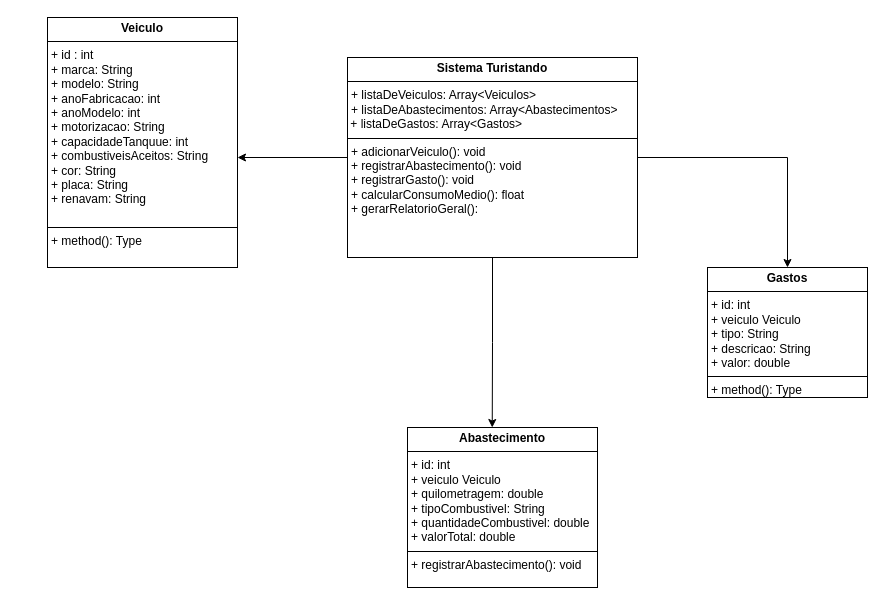
The draw.io diagram MateusTrabalhoJava/Diagrama/DiagramaTrabalho.drawio in MasuetASF/MateusTrabalhoJava, before the edit. Source tidied: cells renumbered, new cells numbered last; positions are measured from the earlier drawing's top-left corner, leaving out a move shared by most shapes. Both pictures are drawn from the tidied source at 100%, with x=0, y=0 at pixel (47, 17).
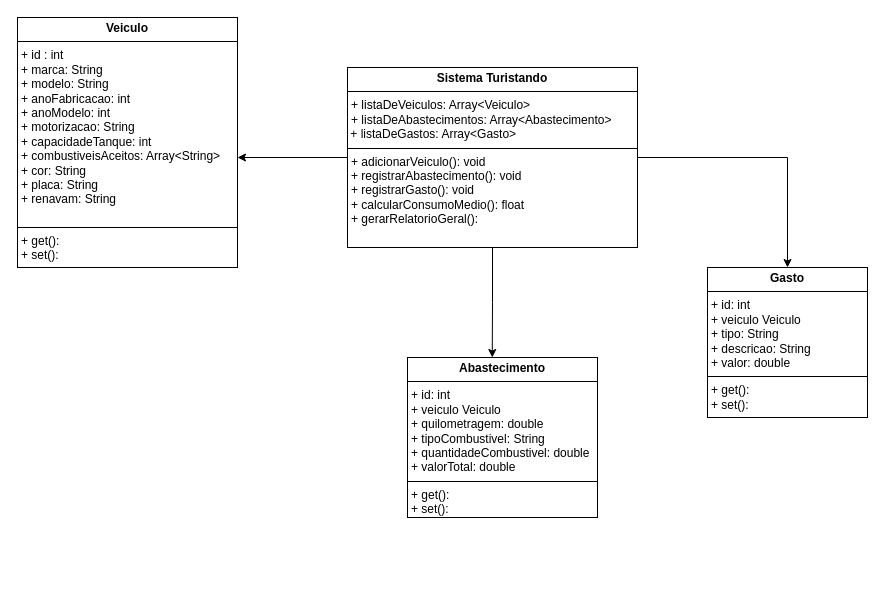
After the change.

Commit message (it also covers changes not shown here):
Correcão de nomes dos atributos

Diff of the diagram source:
```diff
@@
 <mxGraphModel>
   <root>
     <mxCell id="0" />
     <mxCell id="1" parent="0" />
     <mxCell id="2" style="edgeStyle=orthogonalEdgeStyle;rounded=0;jettySize=auto;html=1;exitX=1;exitY=0.5;exitDx=0;exitDy=0;entryX=0.5;entryY=0;entryDx=0;entryDy=0;" parent="1" edge="1" source="7" target="3">
       <mxGeometry relative="1" as="geometry">
         <Array as="points">
           <mxPoint x="740" y="140" />
         </Array>
       </mxGeometry>
     </mxCell>
-    <mxCell id="3" value="&lt;p style=&quot;margin:0px;margin-top:4px;text-align:center;&quot;&gt;&lt;b&gt;Gastos&lt;/b&gt;&lt;/p&gt;&lt;hr size=&quot;1&quot; style=&quot;border-style:solid;&quot;&gt;&lt;p style=&quot;margin:0px;margin-left:4px;&quot;&gt;+ id: int&lt;/p&gt;&lt;p style=&quot;margin:0px;margin-left:4px;&quot;&gt;+ veiculo Veiculo&lt;/p&gt;&lt;p style=&quot;margin:0px;margin-left:4px;&quot;&gt;+ tipo: String&lt;/p&gt;&lt;p style=&quot;margin:0px;margin-left:4px;&quot;&gt;+ descricao: String&lt;/p&gt;&lt;p style=&quot;margin:0px;margin-left:4px;&quot;&gt;+ valor: double&lt;/p&gt;&lt;hr size=&quot;1&quot; style=&quot;border-style:solid;&quot;&gt;&lt;p style=&quot;margin:0px;margin-left:4px;&quot;&gt;+ method(): Type&lt;/p&gt;" style="verticalAlign=top;align=left;overflow=fill;html=1;whiteSpace=wrap;" parent="1" vertex="1">
-      <mxGeometry x="660" y="250" width="160" height="130" as="geometry" />
+    <mxCell id="3" value="&lt;p style=&quot;margin:0px;margin-top:4px;text-align:center;&quot;&gt;&lt;b&gt;Gasto&lt;/b&gt;&lt;/p&gt;&lt;hr size=&quot;1&quot; style=&quot;border-style:solid;&quot;&gt;&lt;p style=&quot;margin:0px;margin-left:4px;&quot;&gt;+ id: int&lt;/p&gt;&lt;p style=&quot;margin:0px;margin-left:4px;&quot;&gt;+ veiculo Veiculo&lt;/p&gt;&lt;p style=&quot;margin:0px;margin-left:4px;&quot;&gt;+ tipo: String&lt;/p&gt;&lt;p style=&quot;margin:0px;margin-left:4px;&quot;&gt;+ descricao: String&lt;/p&gt;&lt;p style=&quot;margin:0px;margin-left:4px;&quot;&gt;+ valor: double&lt;/p&gt;&lt;hr size=&quot;1&quot; style=&quot;border-style:solid;&quot;&gt;&lt;p style=&quot;margin:0px;margin-left:4px;&quot;&gt;+ get():&lt;/p&gt;&lt;p style=&quot;margin:0px;margin-left:4px;&quot;&gt;+ set():&lt;/p&gt;" style="verticalAlign=top;align=left;overflow=fill;html=1;whiteSpace=wrap;" parent="1" vertex="1">
+      <mxGeometry x="660" y="250" width="160" height="150" as="geometry" />
     </mxCell>
-    <mxCell id="4" value="&lt;p style=&quot;margin:0px;margin-top:4px;text-align:center;&quot;&gt;&lt;b&gt;Veiculo&lt;/b&gt;&lt;/p&gt;&lt;hr size=&quot;1&quot; style=&quot;border-style:solid;&quot;&gt;&lt;p style=&quot;margin:0px;margin-left:4px;&quot;&gt;+ id : int&lt;/p&gt;&lt;p style=&quot;margin:0px;margin-left:4px;&quot;&gt;+ marca: String&lt;/p&gt;&lt;p style=&quot;margin:0px;margin-left:4px;&quot;&gt;+ modelo: String&lt;/p&gt;&lt;p style=&quot;margin:0px;margin-left:4px;&quot;&gt;+ anoFabricacao: int&lt;/p&gt;&lt;p style=&quot;margin:0px;margin-left:4px;&quot;&gt;+ anoModelo: int&lt;/p&gt;&lt;p style=&quot;margin:0px;margin-left:4px;&quot;&gt;+ motorizacao: String&lt;/p&gt;&lt;p style=&quot;margin:0px;margin-left:4px;&quot;&gt;+ capacidadeTanquue: int&lt;/p&gt;&lt;p style=&quot;margin:0px;margin-left:4px;&quot;&gt;+ combustiveisAceitos: String&lt;/p&gt;&lt;p style=&quot;margin:0px;margin-left:4px;&quot;&gt;+ cor: String&lt;/p&gt;&lt;p style=&quot;margin:0px;margin-left:4px;&quot;&gt;+ placa: String&lt;/p&gt;&lt;p style=&quot;margin:0px;margin-left:4px;&quot;&gt;+ renavam: String&lt;/p&gt;&lt;p style=&quot;margin:0px;margin-left:4px;&quot;&gt;&lt;br&gt;&lt;/p&gt;&lt;hr size=&quot;1&quot; style=&quot;border-style:solid;&quot;&gt;&lt;p style=&quot;margin:0px;margin-left:4px;&quot;&gt;+ method(): Type&lt;/p&gt;" style="verticalAlign=top;align=left;overflow=fill;html=1;whiteSpace=wrap;" parent="1" vertex="1">
-      <mxGeometry width="190" height="250" as="geometry" />
+    <mxCell id="4" value="&lt;p style=&quot;margin:0px;margin-top:4px;text-align:center;&quot;&gt;&lt;b&gt;Veiculo&lt;/b&gt;&lt;/p&gt;&lt;hr size=&quot;1&quot; style=&quot;border-style:solid;&quot;&gt;&lt;p style=&quot;margin:0px;margin-left:4px;&quot;&gt;+ id : int&lt;/p&gt;&lt;p style=&quot;margin:0px;margin-left:4px;&quot;&gt;+ marca: String&lt;/p&gt;&lt;p style=&quot;margin:0px;margin-left:4px;&quot;&gt;+ modelo: String&lt;/p&gt;&lt;p style=&quot;margin:0px;margin-left:4px;&quot;&gt;+ anoFabricacao: int&lt;/p&gt;&lt;p style=&quot;margin:0px;margin-left:4px;&quot;&gt;+ anoModelo: int&lt;/p&gt;&lt;p style=&quot;margin:0px;margin-left:4px;&quot;&gt;+ motorizacao: String&lt;/p&gt;&lt;p style=&quot;margin:0px;margin-left:4px;&quot;&gt;+ capacidadeTanque: int&lt;/p&gt;&lt;p style=&quot;margin:0px;margin-left:4px;&quot;&gt;+ combustiveisAceitos: Array&amp;lt;String&amp;gt;&lt;/p&gt;&lt;p style=&quot;margin:0px;margin-left:4px;&quot;&gt;+ cor: String&lt;/p&gt;&lt;p style=&quot;margin:0px;margin-left:4px;&quot;&gt;+ placa: String&lt;/p&gt;&lt;p style=&quot;margin:0px;margin-left:4px;&quot;&gt;+ renavam: String&lt;/p&gt;&lt;p style=&quot;margin:0px;margin-left:4px;&quot;&gt;&lt;br&gt;&lt;/p&gt;&lt;hr size=&quot;1&quot; style=&quot;border-style:solid;&quot;&gt;&lt;p style=&quot;margin: 0px 0px 0px 4px;&quot;&gt;+ get():&lt;/p&gt;&lt;p style=&quot;margin: 0px 0px 0px 4px;&quot;&gt;+ set():&lt;/p&gt;" style="verticalAlign=top;align=left;overflow=fill;html=1;whiteSpace=wrap;" parent="1" vertex="1">
+      <mxGeometry x="-30" width="220" height="250" as="geometry" />
     </mxCell>
     <mxCell id="5" style="edgeStyle=orthogonalEdgeStyle;rounded=0;jettySize=auto;html=1;exitX=0.5;exitY=1;exitDx=0;exitDy=0;entryX=0.446;entryY=0;entryDx=0;entryDy=0;entryPerimeter=0;" parent="1" edge="1" source="7" target="6">
       <mxGeometry relative="1" as="geometry" />
     </mxCell>
-    <mxCell id="6" value="&lt;p style=&quot;margin:0px;margin-top:4px;text-align:center;&quot;&gt;&lt;b&gt;Abastecimento&lt;/b&gt;&lt;/p&gt;&lt;hr size=&quot;1&quot; style=&quot;border-style:solid;&quot;&gt;&lt;p style=&quot;margin:0px;margin-left:4px;&quot;&gt;+ id: int&lt;/p&gt;&lt;p style=&quot;margin:0px;margin-left:4px;&quot;&gt;+ veiculo Veiculo&lt;/p&gt;&lt;p style=&quot;margin:0px;margin-left:4px;&quot;&gt;+ quilometragem: double&lt;/p&gt;&lt;p style=&quot;margin:0px;margin-left:4px;&quot;&gt;+ tipoCombustivel: String&lt;/p&gt;&lt;p style=&quot;margin:0px;margin-left:4px;&quot;&gt;+ quantidadeCombustivel: double&lt;/p&gt;&lt;p style=&quot;margin:0px;margin-left:4px;&quot;&gt;+ valorTotal: double&lt;/p&gt;&lt;hr size=&quot;1&quot; style=&quot;border-style:solid;&quot;&gt;&lt;p style=&quot;margin: 0px 0px 0px 4px;&quot;&gt;+ registrarAbastecimento(): void&lt;/p&gt;&lt;div&gt;&lt;br&gt;&lt;/div&gt;" style="verticalAlign=top;align=left;overflow=fill;html=1;whiteSpace=wrap;" parent="1" vertex="1">
-      <mxGeometry x="360" y="410" width="190" height="160" as="geometry" />
+    <mxCell id="6" value="&lt;p style=&quot;margin:0px;margin-top:4px;text-align:center;&quot;&gt;&lt;b&gt;Abastecimento&lt;/b&gt;&lt;/p&gt;&lt;hr size=&quot;1&quot; style=&quot;border-style:solid;&quot;&gt;&lt;p style=&quot;margin:0px;margin-left:4px;&quot;&gt;+ id: int&lt;/p&gt;&lt;p style=&quot;margin:0px;margin-left:4px;&quot;&gt;+ veiculo Veiculo&lt;/p&gt;&lt;p style=&quot;margin:0px;margin-left:4px;&quot;&gt;+ quilometragem: double&lt;/p&gt;&lt;p style=&quot;margin:0px;margin-left:4px;&quot;&gt;+ tipoCombustivel: String&lt;/p&gt;&lt;p style=&quot;margin:0px;margin-left:4px;&quot;&gt;+ quantidadeCombustivel: double&lt;/p&gt;&lt;p style=&quot;margin:0px;margin-left:4px;&quot;&gt;+ valorTotal: double&lt;/p&gt;&lt;hr size=&quot;1&quot; style=&quot;border-style:solid;&quot;&gt;&lt;p style=&quot;margin: 0px 0px 0px 4px;&quot;&gt;+ get():&lt;/p&gt;&lt;p style=&quot;margin: 0px 0px 0px 4px;&quot;&gt;+ set():&lt;/p&gt;" style="verticalAlign=top;align=left;overflow=fill;html=1;whiteSpace=wrap;" parent="1" vertex="1">
+      <mxGeometry x="360" y="340" width="190" height="160" as="geometry" />
     </mxCell>
-    <mxCell id="7" value="&lt;p style=&quot;margin:0px;margin-top:4px;text-align:center;&quot;&gt;&lt;b&gt;Sistema Turistando&lt;/b&gt;&lt;/p&gt;&lt;hr size=&quot;1&quot; style=&quot;border-style:solid;&quot;&gt;&lt;p style=&quot;margin:0px;margin-left:4px;&quot;&gt;+ l&lt;span style=&quot;background-color: initial;&quot;&gt;istaDeVeiculos: Array&amp;lt;Veiculos&amp;gt;&lt;/span&gt;&lt;/p&gt;&lt;p style=&quot;margin: 0px 0px 0px 4px;&quot;&gt;+ l&lt;span style=&quot;background-color: initial;&quot;&gt;istaDeAbastecimentos: Array&amp;lt;Abastecimentos&amp;gt;&lt;/span&gt;&lt;/p&gt;&lt;div&gt;&lt;span style=&quot;background-color: initial;&quot;&gt;&amp;nbsp;+ listaDeGastos: Array&amp;lt;Gastos&amp;gt;&lt;/span&gt;&lt;/div&gt;&lt;hr size=&quot;1&quot; style=&quot;border-style:solid;&quot;&gt;&lt;p style=&quot;margin:0px;margin-left:4px;&quot;&gt;+ adicionarVeiculo(): void&lt;/p&gt;&lt;p style=&quot;margin:0px;margin-left:4px;&quot;&gt;+ registrarAbastecimento(): void&lt;/p&gt;&lt;p style=&quot;margin:0px;margin-left:4px;&quot;&gt;+ registrarGasto(): void&lt;/p&gt;&lt;p style=&quot;margin:0px;margin-left:4px;&quot;&gt;+ calcularConsumoMedio(): float&lt;/p&gt;&lt;p style=&quot;margin:0px;margin-left:4px;&quot;&gt;+ gerarRelatorioGeral():&amp;nbsp;&lt;/p&gt;" style="verticalAlign=top;align=left;overflow=fill;html=1;whiteSpace=wrap;" parent="1" vertex="1">
-      <mxGeometry x="300" y="40" width="290" height="200" as="geometry" />
+    <mxCell id="7" value="&lt;p style=&quot;margin:0px;margin-top:4px;text-align:center;&quot;&gt;&lt;b&gt;Sistema Turistando&lt;/b&gt;&lt;/p&gt;&lt;hr size=&quot;1&quot; style=&quot;border-style:solid;&quot;&gt;&lt;p style=&quot;margin:0px;margin-left:4px;&quot;&gt;+ l&lt;span style=&quot;background-color: initial;&quot;&gt;istaDeVeiculos: Array&amp;lt;Veiculo&amp;gt;&lt;/span&gt;&lt;/p&gt;&lt;p style=&quot;margin: 0px 0px 0px 4px;&quot;&gt;+ l&lt;span style=&quot;background-color: initial;&quot;&gt;istaDeAbastecimentos: Array&amp;lt;Abastecimento&amp;gt;&lt;/span&gt;&lt;/p&gt;&lt;div&gt;&lt;span style=&quot;background-color: initial;&quot;&gt;&amp;nbsp;+ listaDeGastos: Array&amp;lt;Gasto&amp;gt;&lt;/span&gt;&lt;/div&gt;&lt;hr size=&quot;1&quot; style=&quot;border-style:solid;&quot;&gt;&lt;p style=&quot;margin:0px;margin-left:4px;&quot;&gt;+ adicionarVeiculo(): void&lt;/p&gt;&lt;p style=&quot;margin:0px;margin-left:4px;&quot;&gt;+ registrarAbastecimento(): void&lt;/p&gt;&lt;p style=&quot;margin:0px;margin-left:4px;&quot;&gt;+ registrarGasto(): void&lt;/p&gt;&lt;p style=&quot;margin:0px;margin-left:4px;&quot;&gt;+ calcularConsumoMedio(): float&lt;/p&gt;&lt;p style=&quot;margin:0px;margin-left:4px;&quot;&gt;+ gerarRelatorioGeral():&amp;nbsp;&lt;/p&gt;" style="verticalAlign=top;align=left;overflow=fill;html=1;whiteSpace=wrap;" parent="1" vertex="1">
+      <mxGeometry x="300" y="50" width="290" height="180" as="geometry" />
     </mxCell>
     <mxCell id="8" style="edgeStyle=orthogonalEdgeStyle;rounded=0;jettySize=auto;html=1;exitX=0;exitY=0.5;exitDx=0;exitDy=0;entryX=1;entryY=0.56;entryDx=0;entryDy=0;entryPerimeter=0;" parent="1" edge="1" source="7" target="4">
       <mxGeometry relative="1" as="geometry" />
     </mxCell>
   </root>
 </mxGraphModel>
```
